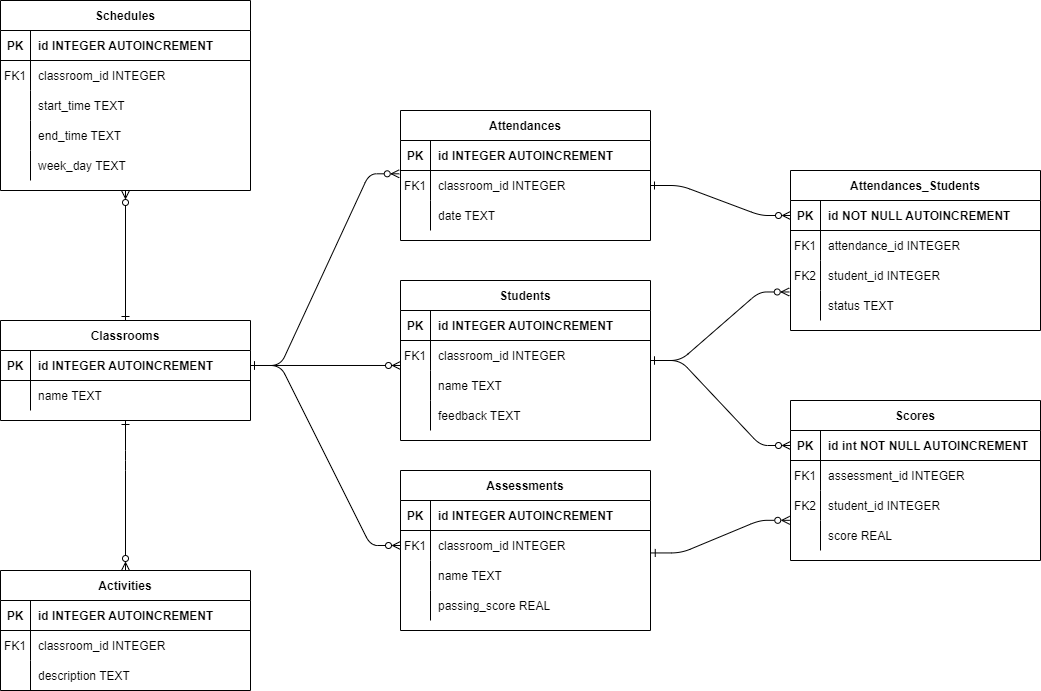
Before: src/assets/docs/Diagrama Entidade-Relacionamento.drawio.png, a diagram exported from draw.io (zarref-semog/my-classroom). Source tidied: cells renumbered, new cells last; positions are measured from the earlier drawing's top-left corner, leaving out a move shared by most shapes.
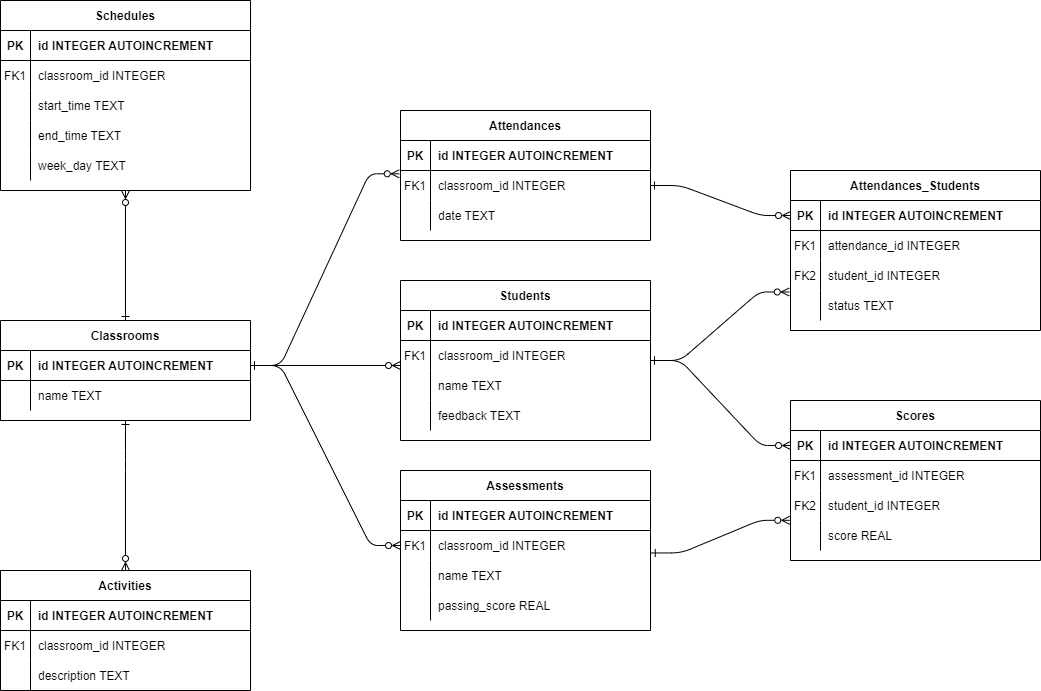
The same file after the commit.

Commit message:
corrigido diagrama de caso de uso e der

What changed in the source:
```diff
@@ -173,7 +173,7 @@
     <mxCell id="58" value="PK" style="shape=partialRectangle;overflow=hidden;fillColor=none;top=0;left=0;bottom=0;right=0;fontStyle=1;" parent="57" vertex="1">
       <mxGeometry width="30" height="30" as="geometry" />
     </mxCell>
-    <mxCell id="59" value="id int NOT NULL AUTOINCREMENT" style="shape=partialRectangle;overflow=hidden;fillColor=none;top=0;left=0;bottom=0;right=0;align=left;spacingLeft=6;fontStyle=1;" parent="57" vertex="1">
+    <mxCell id="59" value="id INTEGER AUTOINCREMENT" style="shape=partialRectangle;overflow=hidden;fillColor=none;top=0;left=0;bottom=0;right=0;align=left;spacingLeft=6;fontStyle=1;" parent="57" vertex="1">
       <mxGeometry x="30" width="220" height="30" as="geometry" />
     </mxCell>
     <mxCell id="60" style="shape=partialRectangle;fillColor=none;top=0;left=0;right=0;bottom=0;" parent="56" vertex="1">
@@ -212,7 +212,7 @@
     <mxCell id="71" value="PK" style="shape=partialRectangle;overflow=hidden;fillColor=none;top=0;left=0;bottom=0;right=0;fontStyle=1;" parent="70" vertex="1">
       <mxGeometry width="30" height="30" as="geometry" />
     </mxCell>
-    <mxCell id="72" value="id NOT NULL AUTOINCREMENT" style="shape=partialRectangle;overflow=hidden;fillColor=none;top=0;left=0;bottom=0;right=0;align=left;spacingLeft=6;fontStyle=1;" parent="70" vertex="1">
+    <mxCell id="72" value="id INTEGER AUTOINCREMENT" style="shape=partialRectangle;overflow=hidden;fillColor=none;top=0;left=0;bottom=0;right=0;align=left;spacingLeft=6;fontStyle=1;" parent="70" vertex="1">
       <mxGeometry x="30" width="220" height="30" as="geometry" />
     </mxCell>
     <mxCell id="73" style="shape=partialRectangle;fillColor=none;top=0;left=0;right=0;bottom=0;" parent="69" vertex="1">
```
